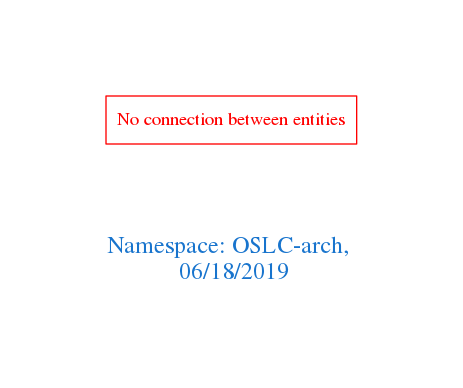
The Graphviz diagram downloads/OSLC-arch.png in arago/OGIT, before a commit. Its source is kept beside it as downloads/OSLC-arch.dot.
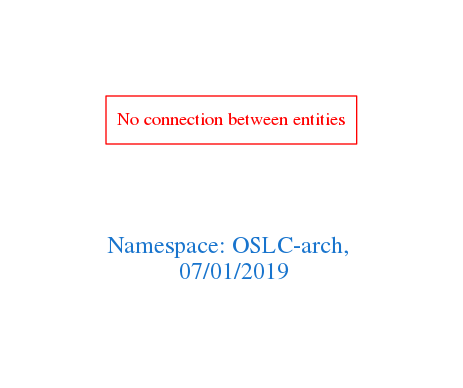
After the change.

The edit, as a diff of the source:
```diff
@@ -1,7 +1,7 @@
 digraph OGIT_ontology {
  graph [ rankdir= LR,pad=1
 fontsize = 18,
-fontcolor= dodgerblue3,label = "\n\n\nNamespace: OSLC-arch, \n 06/18/2019"];
+fontcolor= dodgerblue3,label = "\n\n\nNamespace: OSLC-arch, \n 07/01/2019"];
 node[shape=polygon];
 edge [  color="gray81"];
 
```
